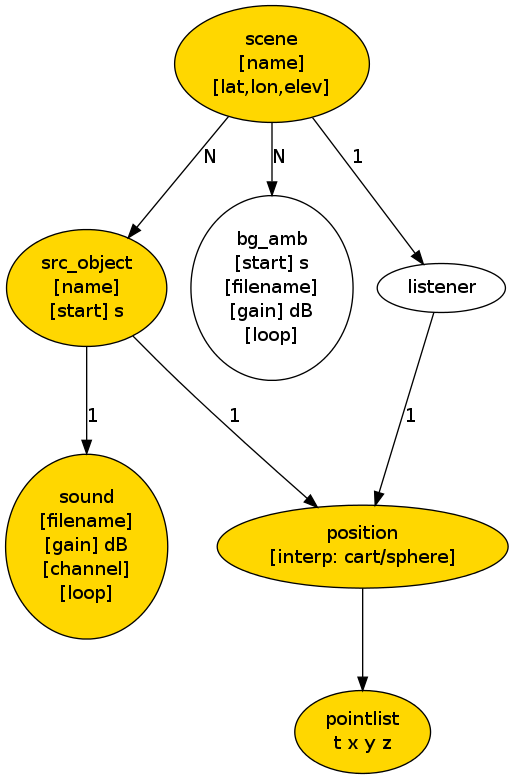
Above: doc/filestructure.png in HoerTech-gGmbH/tascar (Graphviz), before the change. Its source is kept beside it as doc/filestructure.dot.
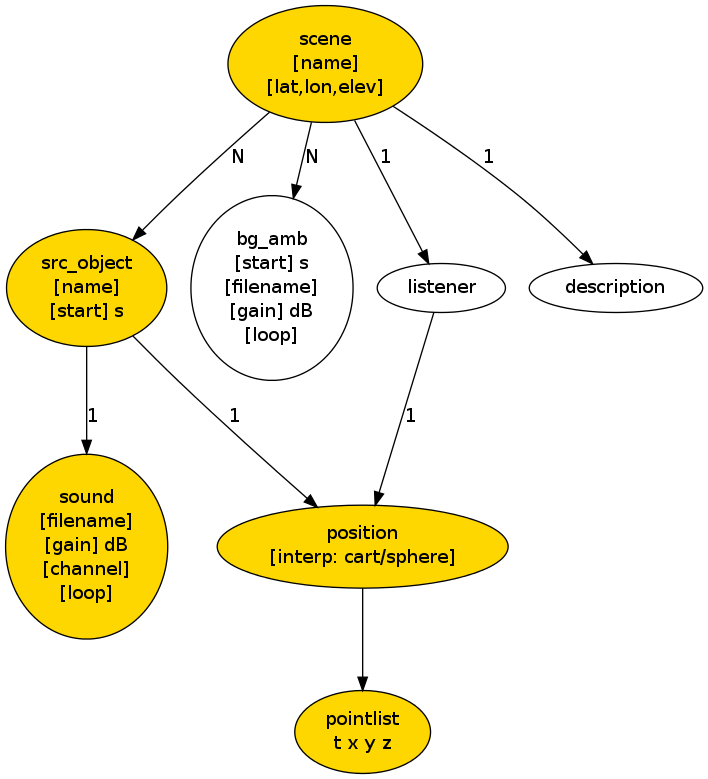
Above is the later version.

Commit message:
scene filefortmat writer

Change to the diagram source:
```diff
@@ -11,6 +11,7 @@
 
 
   scene -> bg_amb [label="N"];
+  scene -> description [label="1"];
   scene -> center [label="1"];
   scene -> source [label="N"];
   source -> position [label="1"];
```
